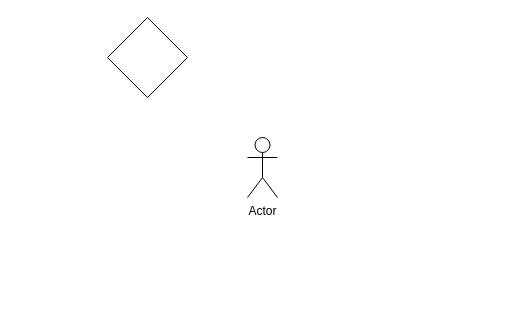
SENG-350-2024-fall/Team-6 keeps this draw.io diagram as Untitled Diagram.drawio. Above is the earlier version. Source tidied: cells renumbered, new cells numbered last; positions are measured from the earlier drawing's top-left corner, leaving out a move shared by most shapes. Both pictures are drawn from the tidied source at 100%, with x=0, y=0 at pixel (107, 17).
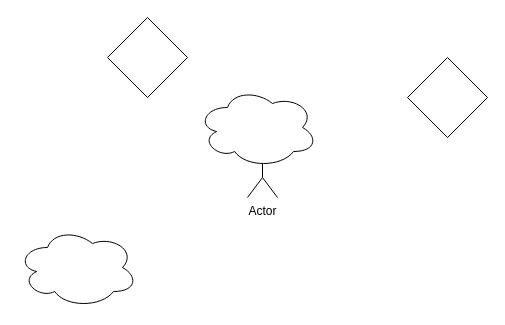
The same page after the edit.

The edit, as a diff of the source:
```diff
@@
 <mxGraphModel>
   <root>
     <mxCell id="0" />
     <mxCell id="1" parent="0" />
     <mxCell id="2" value="Actor" style="shape=umlActor;verticalLabelPosition=bottom;verticalAlign=top;html=1;" parent="1" vertex="1">
       <mxGeometry x="140" y="120" width="30" height="60" as="geometry" />
     </mxCell>
     <mxCell id="3" style="rhombus;whiteSpace=wrap;html=1;" parent="1" vertex="1">
       <mxGeometry width="80" height="80" as="geometry" />
     </mxCell>
+    <mxCell id="4" style="rhombus;whiteSpace=wrap;html=1;" parent="1" vertex="1">
+      <mxGeometry x="300" y="40" width="80" height="80" as="geometry" />
+    </mxCell>
+    <mxCell id="5" style="ellipse;shape=cloud;whiteSpace=wrap;html=1;" parent="1" vertex="1">
+      <mxGeometry x="90" y="70" width="120" height="80" as="geometry" />
+    </mxCell>
+    <mxCell id="6" style="ellipse;shape=cloud;whiteSpace=wrap;html=1;" parent="1" vertex="1">
+      <mxGeometry x="-90" y="210" width="120" height="80" as="geometry" />
+    </mxCell>
   </root>
 </mxGraphModel>
```
